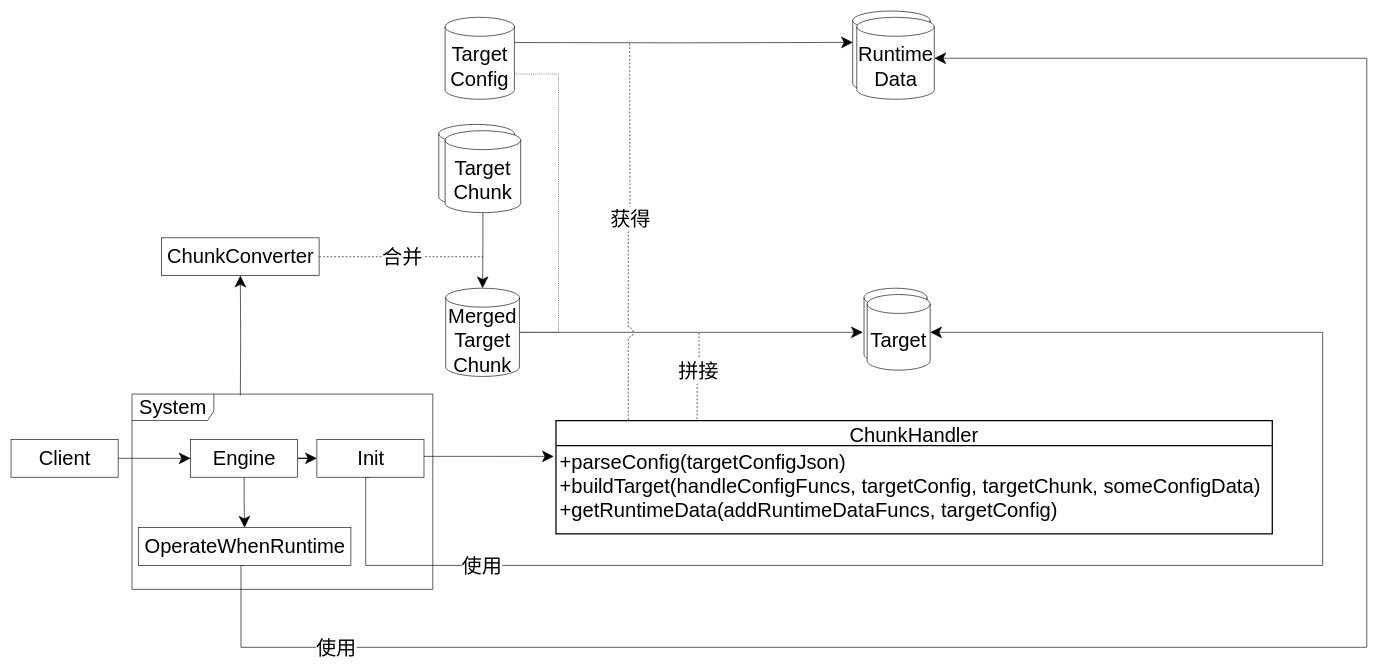
Above: packages/拼接模式/role_abstract/role_abstract.drawio in yyc-git/3DProgramPattern (draw.io), before the change. Source tidied: cells renumbered, new cells numbered last; positions are measured from the earlier drawing's top-left corner, leaving out a move shared by most shapes. Both pictures are drawn from the tidied source at 63%, with x=0, y=0 at pixel (11, 11).
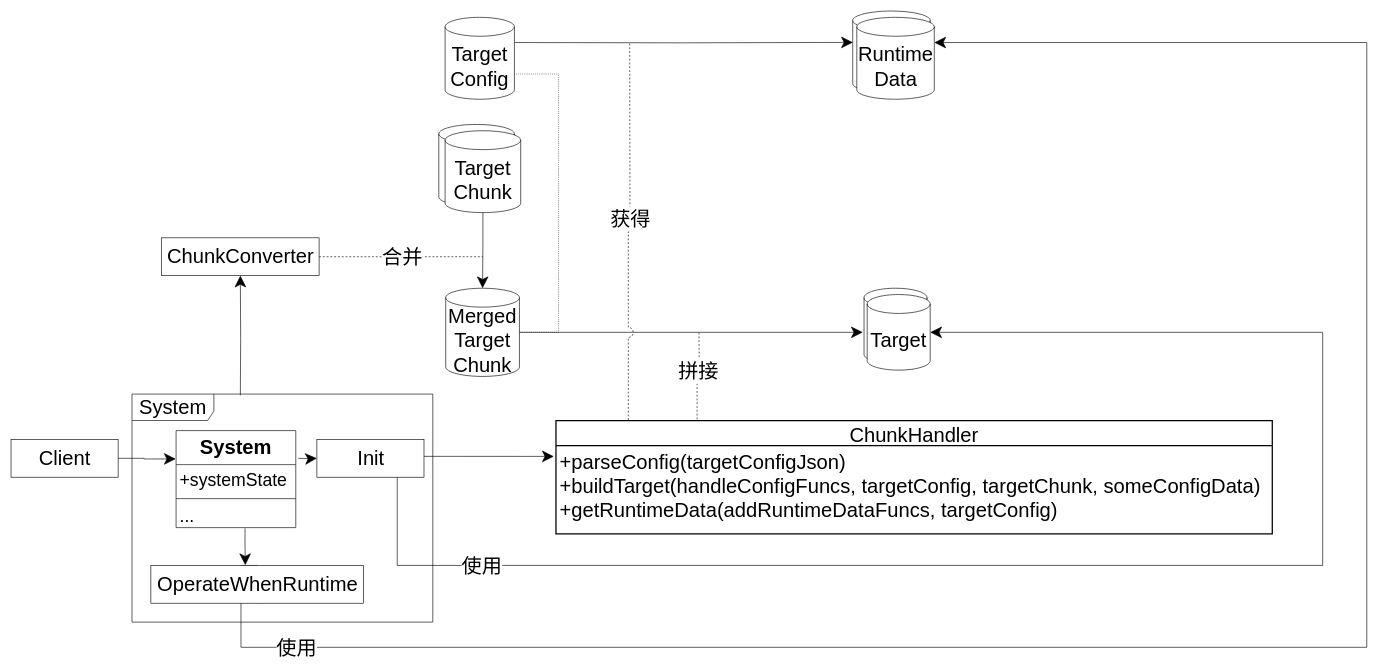
The same page after the edit.

The change refers to these unchanged cells:
```xml
<mxCell id="9" value="Client" style="html=1;fontSize=32;" parent="1" vertex="1">
  <mxGeometry y="680" width="170" height="60" as="geometry" />
</mxCell>
<mxCell id="29" value="&lt;font style=&quot;font-size: 32px&quot;&gt;Target&lt;br&gt;&lt;/font&gt;" style="shape=cylinder3;whiteSpace=wrap;html=1;boundedLbl=1;backgroundOutline=1;size=15;" parent="1" vertex="1">
  <mxGeometry x="1359" y="450" width="100" height="120" as="geometry" />
</mxCell>
<mxCell id="30" value="&lt;font&gt;&lt;span style=&quot;font-size: 32px&quot;&gt;Runtime&lt;br&gt;Data&lt;br&gt;&lt;/span&gt;&lt;/font&gt;" style="shape=cylinder3;whiteSpace=wrap;html=1;boundedLbl=1;backgroundOutline=1;size=15;" parent="1" vertex="1">
  <mxGeometry x="1342.5" y="10" width="123" height="130" as="geometry" />
</mxCell>
<mxCell id="35" value="Init" style="html=1;fontSize=32;" parent="1" vertex="1">
  <mxGeometry x="485.5" y="680" width="170" height="60" as="geometry" />
</mxCell>
```

What changed in the source:
```diff
@@
     <mxCell id="6" value="&lt;font style=&quot;font-size: 32px&quot;&gt;System&lt;/font&gt;" style="shape=umlFrame;whiteSpace=wrap;html=1;width=130;height=42;fontSize=32;" parent="1" vertex="1">
-      <mxGeometry x="192" y="608" width="477.5" height="310" as="geometry" />
+      <mxGeometry x="192" y="608" width="477.5" height="362" as="geometry" />
     </mxCell>
@@
-    <mxCell id="8" style="edgeStyle=orthogonalEdgeStyle;rounded=0;jettySize=auto;html=1;startSize=16;endSize=16;entryX=0;entryY=0.5;entryDx=0;entryDy=0;" parent="1" edge="1" source="9" target="34">
+    <mxCell id="8" style="edgeStyle=orthogonalEdgeStyle;rounded=0;jettySize=auto;html=1;startSize=16;endSize=16;entryX=-0.003;entryY=0.292;entryDx=0;entryDy=0;entryPerimeter=0;" parent="1" edge="1" source="9" target="37">
       <mxGeometry relative="1" as="geometry" />
     </mxCell>
@@
-    <mxCell id="14" style="edgeStyle=orthogonalEdgeStyle;rounded=0;jumpStyle=arc;jumpSize=22;jettySize=auto;html=1;entryX=1;entryY=0.5;entryDx=0;entryDy=0;entryPerimeter=0;endArrow=classic;endFill=1;startSize=16;endSize=16;exitX=0.5;exitY=1;exitDx=0;exitDy=0;" parent="1" edge="1" source="36" target="30">
+    <mxCell id="14" style="edgeStyle=orthogonalEdgeStyle;rounded=0;jumpStyle=arc;jumpSize=22;jettySize=auto;html=1;entryX=1;entryY=0;entryDx=0;entryDy=40;entryPerimeter=0;endArrow=classic;endFill=1;startSize=16;endSize=16;exitX=0.5;exitY=1;exitDx=0;exitDy=0;" parent="1" edge="1" source="36" target="30">
       <mxGeometry relative="1" as="geometry">
         <Array as="points">
+          <mxPoint x="365" y="880" />
           <mxPoint x="365" y="1010" />
           <mxPoint x="2152" y="1010" />
-          <mxPoint x="2152" y="75" />
+          <mxPoint x="2152" y="50" />
         </Array>
       </mxGeometry>
     </mxCell>
@@
-    <mxCell id="16" style="edgeStyle=orthogonalEdgeStyle;rounded=0;jumpStyle=arc;jumpSize=22;jettySize=auto;html=1;entryX=1;entryY=0.5;entryDx=0;entryDy=0;entryPerimeter=0;endArrow=classic;endFill=1;startSize=16;endSize=16;exitX=0.5;exitY=1;exitDx=0;exitDy=0;" parent="1" edge="1" source="35" target="29">
+    <mxCell id="16" style="edgeStyle=orthogonalEdgeStyle;rounded=0;jumpStyle=arc;jumpSize=22;jettySize=auto;html=1;entryX=1;entryY=0.5;entryDx=0;entryDy=0;entryPerimeter=0;endArrow=classic;endFill=1;startSize=16;endSize=16;exitX=0.75;exitY=1;exitDx=0;exitDy=0;" parent="1" edge="1" source="35" target="29">
       <mxGeometry relative="1" as="geometry">
         <Array as="points">
-          <mxPoint x="563" y="880" />
+          <mxPoint x="613" y="880" />
           <mxPoint x="2082" y="880" />
           <mxPoint x="2082" y="510" />
         </Array>
       </mxGeometry>
     </mxCell>
@@
-    <mxCell id="32" style="edgeStyle=orthogonalEdgeStyle;rounded=0;jettySize=auto;html=1;endSize=16;startSize=16;" parent="1" edge="1" source="34" target="35">
-      <mxGeometry relative="1" as="geometry" />
+    <mxCell id="32" style="edgeStyle=orthogonalEdgeStyle;rounded=0;jettySize=auto;html=1;endSize=16;startSize=16;" parent="1" edge="1" target="35">
+      <mxGeometry relative="1" as="geometry">
+        <mxPoint x="456" y="710" as="sourcePoint" />
+      </mxGeometry>
     </mxCell>
-    <mxCell id="33" style="edgeStyle=orthogonalEdgeStyle;rounded=0;jettySize=auto;html=1;endSize=16;startSize=16;" parent="1" edge="1" source="34" target="36">
+    <mxCell id="33" style="edgeStyle=orthogonalEdgeStyle;rounded=0;jettySize=auto;html=1;endSize=16;startSize=16;exitX=0.576;exitY=1.024;exitDx=0;exitDy=0;exitPerimeter=0;entryX=0.444;entryY=-0.007;entryDx=0;entryDy=0;entryPerimeter=0;" parent="1" edge="1" source="40" target="36">
       <mxGeometry relative="1" as="geometry" />
     </mxCell>
-    <mxCell id="34" value="Engine" style="html=1;fontSize=32;" parent="1" vertex="1">
-      <mxGeometry x="285" y="680" width="170" height="60" as="geometry" />
-    </mxCell>
@@
     <mxCell id="36" value="OperateWhenRuntime" style="html=1;fontSize=32;" parent="1" vertex="1">
-      <mxGeometry x="202" y="820" width="337.5" height="60" as="geometry" />
+      <mxGeometry x="222" y="880" width="337.5" height="60" as="geometry" />
     </mxCell>
+    <mxCell id="37" value="System" style="swimlane;fontStyle=1;align=center;verticalAlign=top;horizontal=1;startSize=54;fontSize=32;" parent="1" vertex="1">
+      <mxGeometry x="262" y="666" width="190" height="154" as="geometry" />
+    </mxCell>
+    <mxCell id="38" value="+systemState" style="text;strokeColor=none;fillColor=none;align=left;verticalAlign=top;spacingLeft=4;spacingRight=4;overflow=hidden;fontSize=28;" parent="37" vertex="1">
+      <mxGeometry y="54" width="190" height="50" as="geometry" />
+    </mxCell>
+    <mxCell id="39" style="line;strokeWidth=1;fillColor=none;align=left;verticalAlign=middle;spacingTop=-1;spacingLeft=3;spacingRight=3;labelPosition=right;" parent="37" vertex="1">
+      <mxGeometry y="104" width="190" height="8" as="geometry" />
+    </mxCell>
+    <mxCell id="40" value="..." style="text;strokeColor=none;fillColor=none;align=left;verticalAlign=top;spacingLeft=4;spacingRight=4;overflow=hidden;points=[[0,0.5],[1,0.5]];portConstraint=eastwest;fontSize=28;" parent="37" vertex="1">
+      <mxGeometry y="112" width="190" height="42" as="geometry" />
+    </mxCell>
```
